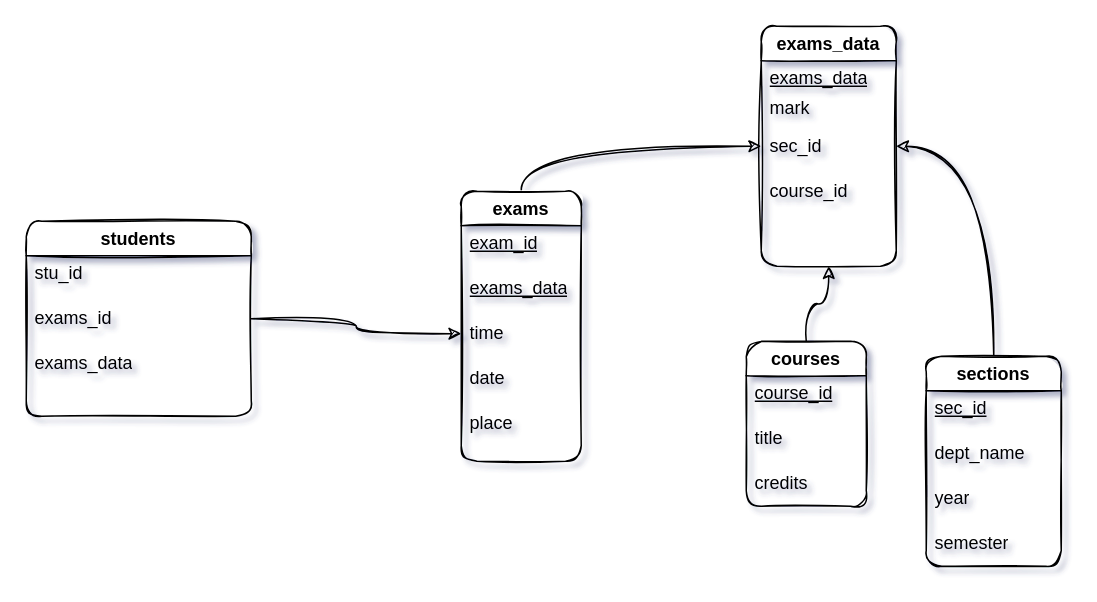
Above: 6-2-a.drawio in Promptamir/ER-short-notes (draw.io), before the change. Source tidied: cells renumbered, new cells numbered last; positions are measured from the earlier drawing's top-left corner, leaving out a move shared by most shapes. Both pictures are drawn from the tidied source at 150%, with x=0, y=0 at pixel (26, 26).
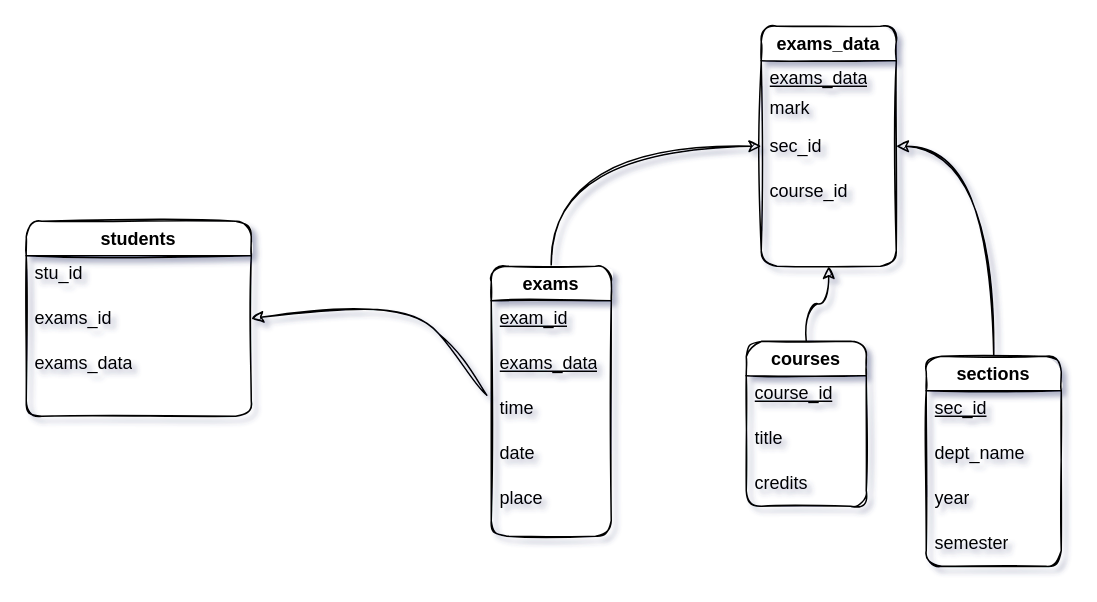
Above is the later version.

The change refers to these unchanged cells:
```xml
<mxCell id="3" value="students" style="swimlane;whiteSpace=wrap;html=1;rounded=1;sketch=1;" parent="1" vertex="1">
  <mxGeometry y="130" width="150" height="130" as="geometry" />
</mxCell>
<mxCell id="17" value="time" style="text;align=left;verticalAlign=middle;spacingLeft=4;spacingRight=4;overflow=hidden;points=[[0,0.5],[1,0.5]];portConstraint=eastwest;whiteSpace=wrap;html=1;rounded=1;sketch=1;" parent="14" vertex="1">
  <mxGeometry y="80" width="80" height="30" as="geometry" />
</mxCell>
```

What changed in the source:
```diff
@@
-    <mxCell id="2" style="edgeStyle=orthogonalEdgeStyle;rounded=1;jettySize=auto;html=1;exitX=1;exitY=0.5;exitDx=0;exitDy=0;entryX=0;entryY=0.5;entryDx=0;entryDy=0;curved=1;sketch=1;" parent="1" edge="1" source="3" target="17">
-      <mxGeometry relative="1" as="geometry" />
-    </mxCell>
@@
     <mxCell id="14" value="exams" style="swimlane;whiteSpace=wrap;html=1;rounded=1;sketch=1;" parent="1" vertex="1">
-      <mxGeometry x="290" y="110" width="80" height="180" as="geometry" />
+      <mxGeometry x="310" y="160" width="80" height="180" as="geometry" />
     </mxCell>
@@
+    <mxCell id="30" style="curved=1;endArrow=classic;html=1;rounded=0;sketch=1;hachureGap=4;jiggle=2;fontFamily=Architects Daughter;fontSize=16;entryX=1;entryY=0.5;entryDx=0;entryDy=0;exitX=-0.037;exitY=0.2;exitDx=0;exitDy=0;exitPerimeter=0;" parent="1" edge="1" source="17" target="3">
+      <mxGeometry relative="1" as="geometry">
+        <Array as="points">
+          <mxPoint x="300" y="230" />
+          <mxPoint x="250" y="180" />
+        </Array>
+      </mxGeometry>
+    </mxCell>
```
